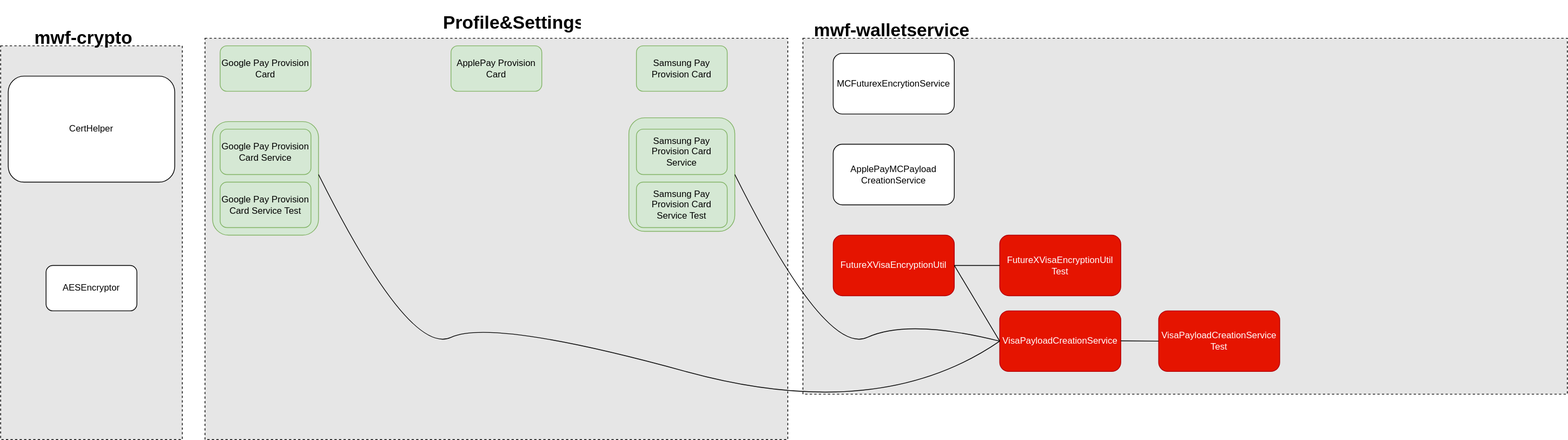
Earlier version of the draw.io export Work Samples/WF/Bouncy_Castle_Dependencies_Removal.drawio.svg (uchiharizvi/design-diagrams). Source tidied: cells renumbered, new cells last; positions are measured from the earlier drawing's top-left corner, leaving out a move shared by most shapes.
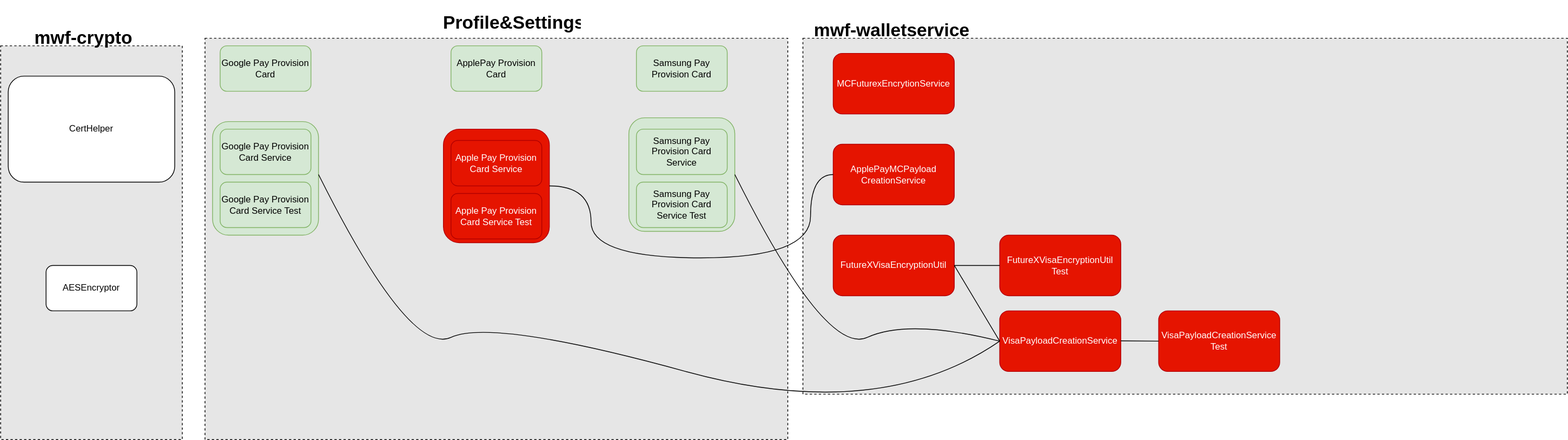
After the change.

What changed in the source:
```diff
@@ -38,10 +38,10 @@
     <mxCell id="13" value="CertHelper" style="rounded=1;whiteSpace=wrap;html=1;" parent="1" vertex="1">
       <mxGeometry x="10" y="90" width="220" height="140" as="geometry" />
     </mxCell>
-    <mxCell id="14" value="MCFuturexEncrytionService" style="rounded=1;whiteSpace=wrap;html=1;" parent="1" vertex="1">
+    <mxCell id="14" value="MCFuturexEncrytionService" style="rounded=1;whiteSpace=wrap;html=1;fillColor=#e51400;fontColor=#ffffff;strokeColor=#B20000;" parent="1" vertex="1">
       <mxGeometry x="1100" y="60" width="160" height="80" as="geometry" />
     </mxCell>
-    <mxCell id="15" value="ApplePayMCPayload&lt;br&gt;CreationService" style="rounded=1;whiteSpace=wrap;html=1;" parent="1" vertex="1">
+    <mxCell id="15" value="ApplePayMCPayload&lt;br&gt;CreationService" style="rounded=1;whiteSpace=wrap;html=1;fillColor=#e51400;fontColor=#ffffff;strokeColor=#B20000;" parent="1" vertex="1">
       <mxGeometry x="1100" y="180" width="160" height="80" as="geometry" />
     </mxCell>
     <mxCell id="16" value="FutureXVisaEncryptionUtil" style="rounded=1;whiteSpace=wrap;html=1;fillColor=#e51400;fontColor=#ffffff;strokeColor=#B20000;" parent="1" vertex="1">
@@ -101,5 +101,24 @@
         </Array>
       </mxGeometry>
     </mxCell>
+    <mxCell id="30" style="rounded=1;whiteSpace=wrap;html=1;fillColor=#e51400;strokeColor=#B20000;fontColor=#ffffff;" parent="1" vertex="1">
+      <mxGeometry x="585" y="160" width="140" height="150" as="geometry" />
+    </mxCell>
+    <mxCell id="31" value="Apple Pay Provision Card Service" style="rounded=1;whiteSpace=wrap;html=1;fillColor=#e51400;strokeColor=#B20000;fontColor=#ffffff;" parent="1" vertex="1">
+      <mxGeometry x="595" y="175" width="120" height="60" as="geometry" />
+    </mxCell>
+    <mxCell id="32" value="Apple Pay Provision Card Service Test" style="rounded=1;whiteSpace=wrap;html=1;fillColor=#e51400;strokeColor=#B20000;fontColor=#ffffff;" parent="1" vertex="1">
+      <mxGeometry x="595" y="245" width="120" height="60" as="geometry" />
+    </mxCell>
+    <mxCell id="33" style="endArrow=none;html=1;rounded=0;exitX=1;exitY=0.5;exitDx=0;exitDy=0;entryX=0;entryY=0.5;entryDx=0;entryDy=0;edgeStyle=orthogonalEdgeStyle;curved=1;" parent="1" edge="1" source="30" target="15">
+      <mxGeometry relative="1" as="geometry">
+        <Array as="points">
+          <mxPoint x="780" y="235" />
+          <mxPoint x="780" y="330" />
+          <mxPoint x="1070" y="330" />
+          <mxPoint x="1070" y="220" />
+        </Array>
+      </mxGeometry>
+    </mxCell>
   </root>
 </mxGraphModel>
```
